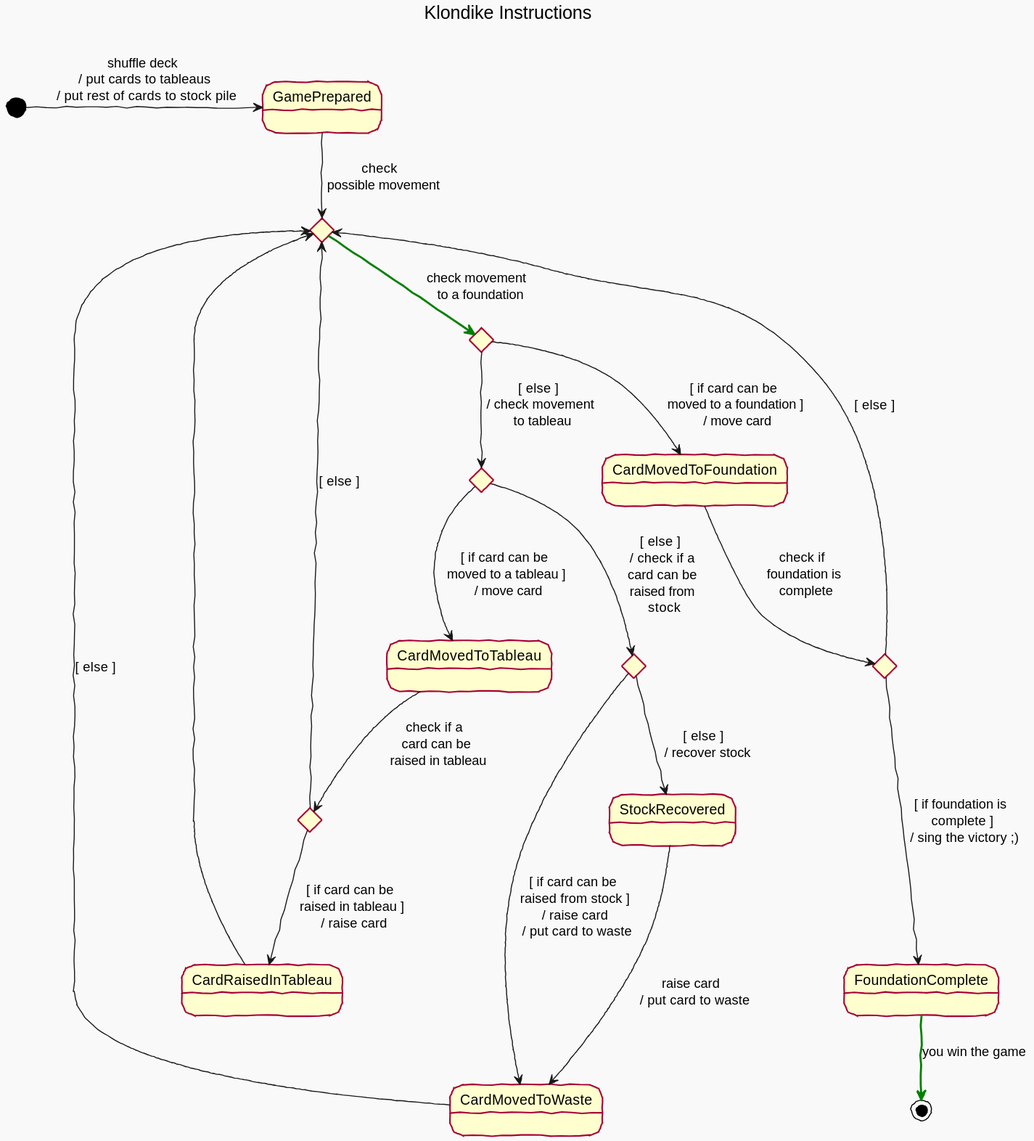
The PlantUML diagram disciplinasSoftware/game-klondike/docs/images/klondike--instructions.svg in USantaTecla-ed-mpds/lab-boole, before a commit.
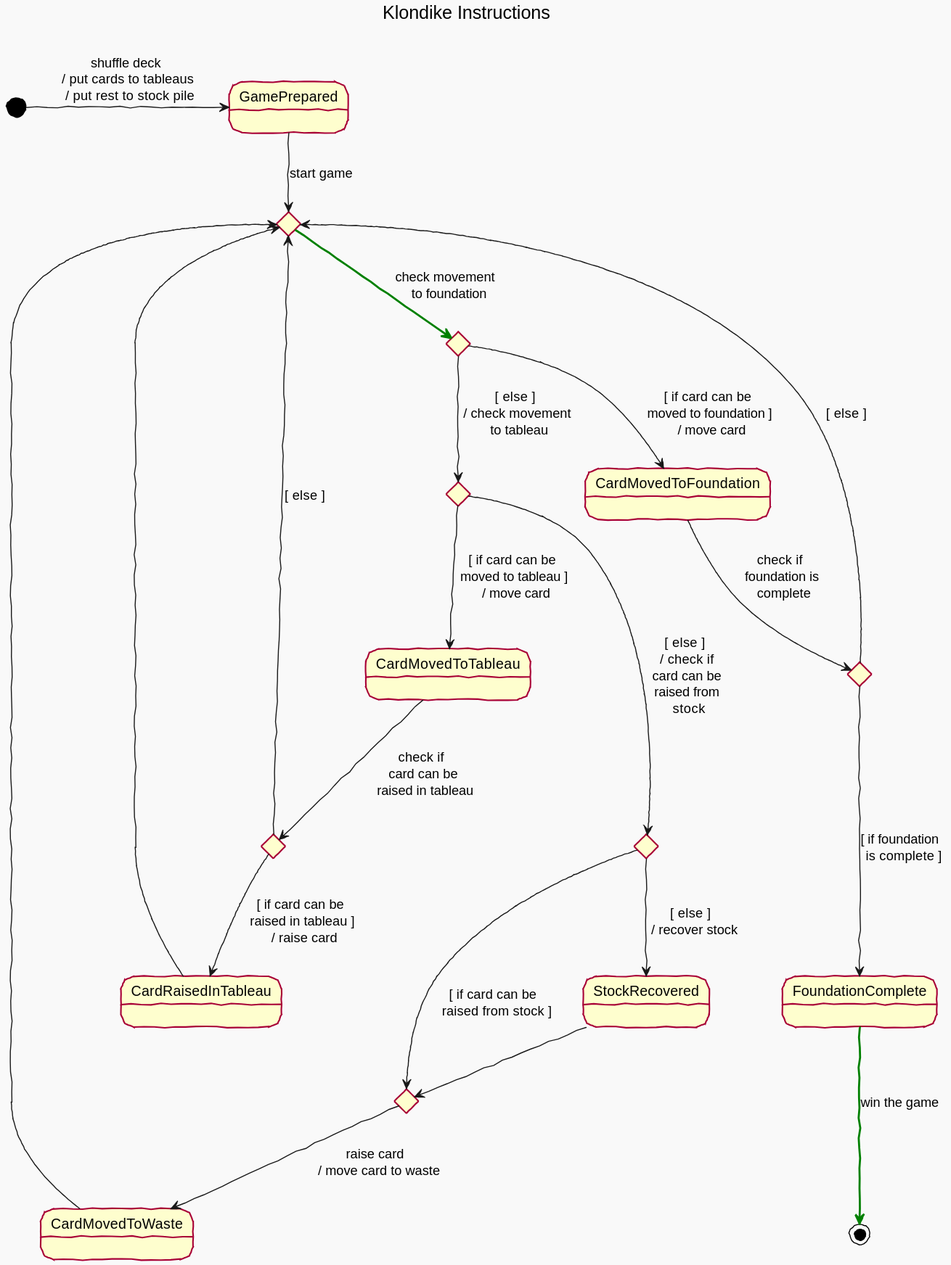
After the commit.

Change to the diagram source:
```diff
@@ -1,8 +1,7 @@
 @startuml klondike--instructions
 
 skinparam handwritten true
-skinparam nodesep 50
-skinparam ranksep 50
+skinparam nodesep 60
 !theme mars
 
 title Klondike Instructions \n
@@ -11,9 +10,10 @@
 state _CheckPossibleMovement <<choice>>
 state _CheckMoveToFoundation <<choice>>
 state _CheckMoveToTableau <<choice>>
+state _CheckRaiseInTableau <<choice>>
 state _CheckRaiseCardFromStock <<choice>>
-state _CheckRaiseInTableau <<choice>>
 state _CheckFoundationComplete <<choice>>
+state _DoRaiseCardFromStock <<choice>>
 state CardMovedToFoundation
 state CardMovedToTableau
 state CardMovedToWaste
@@ -22,25 +22,26 @@
 state FoundationComplete
 
 
-[*]                         -r-> GamePrepared : shuffle deck \n / put cards to tableaus \n / put rest of cards to stock pile
-GamePrepared                --> _CheckPossibleMovement : check \n possible movement
-_CheckPossibleMovement      -[#green,bold]-> _CheckMoveToFoundation : check movement \n to a foundation
-_CheckMoveToFoundation      --> CardMovedToFoundation : [ if card can be \n moved to a foundation ] \n / move card
+[*]                         -r-> GamePrepared : shuffle deck \n / put cards to tableaus \n / put rest to stock pile
+GamePrepared                --> _CheckPossibleMovement : start game
+_CheckPossibleMovement      -[#green,bold]-> _CheckMoveToFoundation : check movement \n to foundation
+_CheckMoveToFoundation      --> CardMovedToFoundation : [ if card can be \n moved to foundation ] \n / move card
 CardMovedToFoundation       --> _CheckFoundationComplete : check if \n foundation is \n complete
-_CheckFoundationComplete    ---> FoundationComplete : [ if foundation is \n complete ] \n / sing the victory ;)
+_CheckFoundationComplete    ---> FoundationComplete : [ if foundation \n is complete ]
 _CheckFoundationComplete    --> _CheckPossibleMovement : [ else ]
 _CheckMoveToFoundation      --> _CheckMoveToTableau : [ else ] \n / check movement \n to tableau
-_CheckMoveToTableau         --> CardMovedToTableau : [ if card can be \n moved to a tableau ] \n / move card
-CardMovedToTableau          --> _CheckRaiseInTableau : check if a \n card can be \n raised in tableau
+_CheckMoveToTableau         --> CardMovedToTableau : [ if card can be \n moved to tableau ] \n / move card
+CardMovedToTableau          --> _CheckRaiseInTableau : check if \n card can be \n raised in tableau
 _CheckRaiseInTableau        --> CardRaisedInTableau : [ if card can be \n raised in tableau ] \n / raise card
 _CheckRaiseInTableau        --> _CheckPossibleMovement : [ else ]
 CardRaisedInTableau         --> _CheckPossibleMovement
-_CheckMoveToTableau         --> _CheckRaiseCardFromStock : [ else ] \n / check if a \n card can be \n raised from \n stock
-_CheckRaiseCardFromStock    --> CardMovedToWaste : [ if card can be \n raised from stock ] \n / raise card \n / put card to waste
+_CheckMoveToTableau         ---> _CheckRaiseCardFromStock : [ else ] \n / check if \n card can be \n raised from \n stock
+_CheckRaiseCardFromStock    -r-> _DoRaiseCardFromStock : [ if card can be \n raised from stock ]
 _CheckRaiseCardFromStock    --> StockRecovered : [ else ] \n / recover stock
-StockRecovered              ---> CardMovedToWaste : raise card \n / put card to waste
-CardMovedToWaste            --> _CheckPossibleMovement : [ else ]
-FoundationComplete          -[#green,bold]-> [*] : you win the game
+StockRecovered              --> _DoRaiseCardFromStock
+_DoRaiseCardFromStock       --> CardMovedToWaste : raise card \n / move card to waste
+CardMovedToWaste            --> _CheckPossibleMovement
+FoundationComplete          -[#green,bold]--> [*] : win the game
 
 
 @enduml
```
